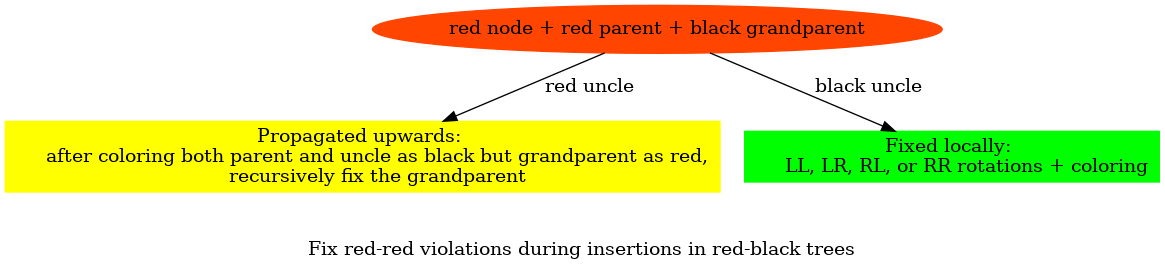
sheisc/COMP9024 keeps this Graphviz diagram as Trees/RedBlackTree/diagrams/RedRed.png. Above is the earlier version. Its source is kept beside it as Trees/RedBlackTree/diagrams/RedRed.dot. The source it was exported from:
```dot
digraph RBTree {
"0x0001" [label="red node + red parent + black grandparent"] [color=orangered] [style=filled]
"0x0001" -> {"0x0002"} [label="red uncle"]
"0x0001" -> {"0x0003"} [label="black uncle"]
"0x0002" [label="Propagated upwards:
     after coloring both parent and uncle as black but grandparent as red,
     recursively fix the grandparent"] [shape="box"]  [color=yellow] [style=filled]
"0x0003" [label="Fixed locally:
     LL, LR, RL, or RR rotations + coloring"] [shape="box"] [color=green] [style=filled]

label="

Fix red-red violations during insertions in red-black trees"
}
```
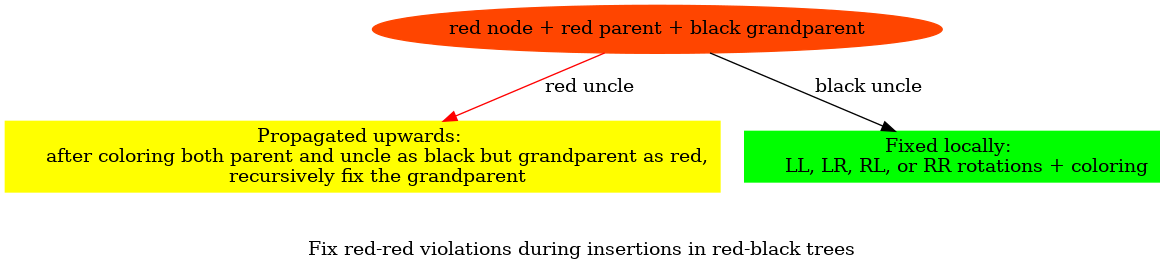
Above is the later version.

Diff of the diagram source:
```diff
@@ -1,6 +1,6 @@
 digraph RBTree {
 "0x0001" [label="red node + red parent + black grandparent"] [color=orangered] [style=filled]
-"0x0001" -> {"0x0002"} [label="red uncle"]
+"0x0001" -> {"0x0002"} [label="red uncle"]  [color=red]
 "0x0001" -> {"0x0003"} [label="black uncle"]
 "0x0002" [label="Propagated upwards:
      after coloring both parent and uncle as black but grandparent as red,
```
